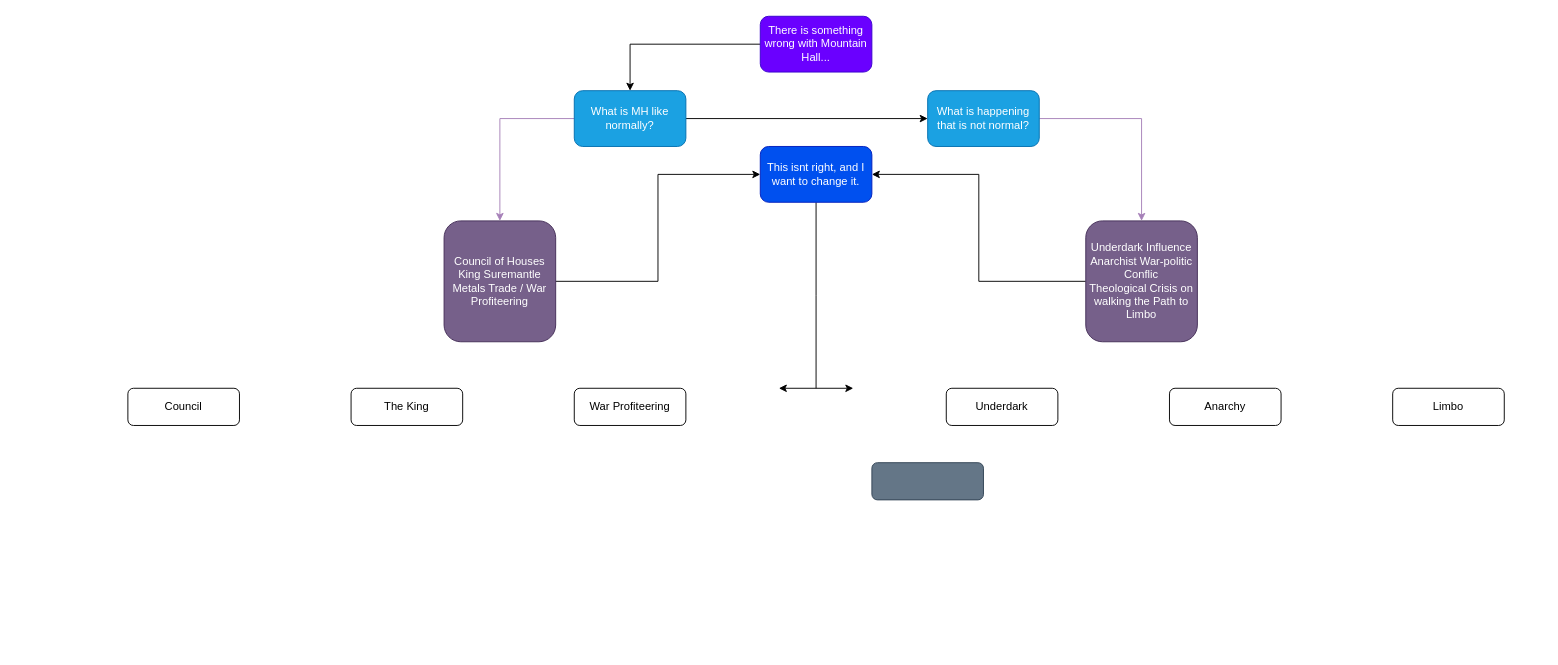
Earlier version of the draw.io diagram MEDIA/SUPP/mountainhall.drawio (craftingcity/The-Known-World). Source tidied: cells renumbered, new cells numbered last; positions are measured from the earlier drawing's top-left corner, leaving out a move shared by most shapes. Both pictures are drawn from the tidied source at 93%, with x=0, y=0 at pixel (127, 16).
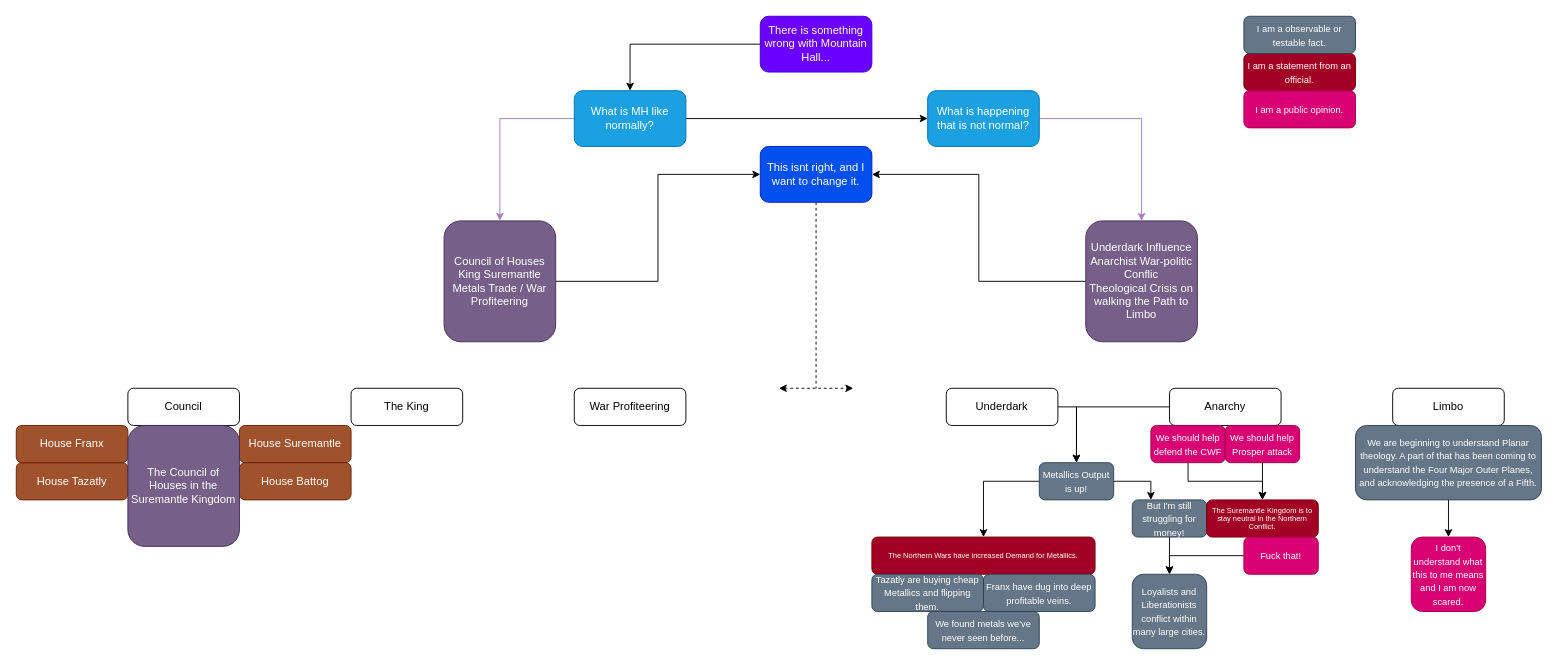
Above is the later version.

The change refers to these unchanged cells:
```xml
<mxCell id="10" value="This isnt right, and I want to change it." style="rounded=1;whiteSpace=wrap;html=1;fillColor=#0050ef;fontColor=#ffffff;strokeColor=#001DBC;" parent="1" vertex="1">
  <mxGeometry x="680" y="140" width="120" height="60" as="geometry" />
</mxCell>
<mxCell id="18" value="Underdark" style="rounded=1;whiteSpace=wrap;html=1;" parent="1" vertex="1">
  <mxGeometry x="880" y="400" width="120" height="40" as="geometry" />
</mxCell>
<mxCell id="19" value="Anarchy" style="rounded=1;whiteSpace=wrap;html=1;" parent="1" vertex="1">
  <mxGeometry x="1120" y="400" width="120" height="40" as="geometry" />
</mxCell>
```

What changed in the source:
```diff
@@
-    <mxCell id="9" style="edgeStyle=orthogonalEdgeStyle;rounded=0;jettySize=auto;html=1;exitX=0.5;exitY=1;exitDx=0;exitDy=0;endArrow=none;endFill=0;" parent="1" edge="1" source="10">
+    <mxCell id="9" style="edgeStyle=orthogonalEdgeStyle;rounded=0;jettySize=auto;html=1;exitX=0.5;exitY=1;exitDx=0;exitDy=0;endArrow=none;endFill=0;dashed=1;" parent="1" edge="1" source="10">
       <mxGeometry relative="1" as="geometry">
         <mxPoint x="740" y="400" as="targetPoint" />
       </mxGeometry>
     </mxCell>
@@
+    <mxCell id="23" style="edgeStyle=orthogonalEdgeStyle;rounded=0;jettySize=auto;html=1;exitX=1;exitY=0.5;exitDx=0;exitDy=0;entryX=0.5;entryY=0;entryDx=0;entryDy=0;" parent="1" edge="1" source="18" target="22">
+      <mxGeometry relative="1" as="geometry" />
+    </mxCell>
@@
+    <mxCell id="24" style="edgeStyle=orthogonalEdgeStyle;rounded=0;jettySize=auto;html=1;exitX=0;exitY=0.5;exitDx=0;exitDy=0;entryX=0.5;entryY=0;entryDx=0;entryDy=0;" parent="1" edge="1" source="19" target="22">
+      <mxGeometry relative="1" as="geometry" />
+    </mxCell>
@@
-    <mxCell id="21" style="endArrow=classic;html=1;rounded=0;startArrow=classic;startFill=1;endFill=1;" parent="1" edge="1">
+    <mxCell id="21" style="endArrow=classic;html=1;rounded=0;startArrow=classic;startFill=1;endFill=1;dashed=1;" parent="1" edge="1">
       <mxGeometry relative="1" as="geometry">
         <mxPoint x="700" y="400" as="sourcePoint" />
         <mxPoint x="780" y="400" as="targetPoint" />
       </mxGeometry>
     </mxCell>
+    <mxCell id="25" style="edgeStyle=orthogonalEdgeStyle;rounded=0;jettySize=auto;html=1;exitX=0;exitY=0.5;exitDx=0;exitDy=0;entryX=0.5;entryY=0;entryDx=0;entryDy=0;" parent="1" edge="1" source="22" target="27">
+      <mxGeometry relative="1" as="geometry" />
+    </mxCell>
-    <mxCell id="22" style="rounded=1;whiteSpace=wrap;html=1;fillColor=#647687;fontColor=#ffffff;strokeColor=#314354;" parent="1" vertex="1">
-      <mxGeometry x="800" y="480" width="120" height="40" as="geometry" />
+    <mxCell id="22" value="&lt;font style=&quot;font-size: 10px;&quot;&gt;Metallics Output is up!&lt;/font&gt;" style="rounded=1;whiteSpace=wrap;html=1;fillColor=#647687;fontColor=#ffffff;strokeColor=#314354;" parent="1" vertex="1">
+      <mxGeometry x="980" y="480" width="80" height="40" as="geometry" />
     </mxCell>
+    <mxCell id="26" style="edgeStyle=orthogonalEdgeStyle;rounded=0;jettySize=auto;html=1;exitX=1;exitY=0.5;exitDx=0;exitDy=0;entryX=0.25;entryY=0;entryDx=0;entryDy=0;" parent="1" edge="1" source="22" target="37">
+      <mxGeometry relative="1" as="geometry" />
+    </mxCell>
+    <mxCell id="27" value="&lt;p style=&quot;line-height: 60%;&quot;&gt;&lt;font style=&quot;font-size: 8px;&quot;&gt;The Northern Wars have increased Demand for Metallics.&lt;/font&gt;&lt;/p&gt;" style="rounded=1;whiteSpace=wrap;html=1;fillColor=#a20025;fontColor=#ffffff;strokeColor=#6F0000;" parent="1" vertex="1">
+      <mxGeometry x="800" y="560" width="240" height="40" as="geometry" />
+    </mxCell>
+    <mxCell id="28" value="&lt;font style=&quot;font-size: 10px;&quot;&gt;I am a statement from an official.&lt;/font&gt;" style="rounded=1;whiteSpace=wrap;html=1;fillColor=#a20025;fontColor=#ffffff;strokeColor=#6F0000;" parent="1" vertex="1">
+      <mxGeometry x="1200" y="40" width="120" height="40" as="geometry" />
+    </mxCell>
+    <mxCell id="29" value="&lt;font style=&quot;font-size: 10px;&quot;&gt;I am a observable or testable fact.&lt;/font&gt;" style="rounded=1;whiteSpace=wrap;html=1;fillColor=#647687;fontColor=#ffffff;strokeColor=#314354;" parent="1" vertex="1">
+      <mxGeometry x="1200" width="120" height="40" as="geometry" />
+    </mxCell>
+    <mxCell id="30" value="&lt;font style=&quot;font-size: 10px;&quot;&gt;Franx have dug into deep profitable veins.&lt;/font&gt;" style="rounded=1;whiteSpace=wrap;html=1;fillColor=#647687;fontColor=#ffffff;strokeColor=#314354;" parent="1" vertex="1">
+      <mxGeometry x="920" y="600" width="120" height="40" as="geometry" />
+    </mxCell>
+    <mxCell id="31" value="House Suremantle" style="rounded=1;whiteSpace=wrap;html=1;fillColor=#a0522d;fontColor=#ffffff;strokeColor=#6D1F00;" parent="1" vertex="1">
+      <mxGeometry x="120" y="440" width="120" height="40" as="geometry" />
+    </mxCell>
+    <mxCell id="32" value="House Tazatly" style="rounded=1;whiteSpace=wrap;html=1;fillColor=#a0522d;fontColor=#ffffff;strokeColor=#6D1F00;" parent="1" vertex="1">
+      <mxGeometry x="-120" y="480" width="120" height="40" as="geometry" />
+    </mxCell>
+    <mxCell id="33" value="House Franx" style="rounded=1;whiteSpace=wrap;html=1;fillColor=#a0522d;fontColor=#ffffff;strokeColor=#6D1F00;" parent="1" vertex="1">
+      <mxGeometry x="-120" y="440" width="120" height="40" as="geometry" />
+    </mxCell>
+    <mxCell id="34" value="House Battog" style="rounded=1;whiteSpace=wrap;html=1;fillColor=#a0522d;fontColor=#ffffff;strokeColor=#6D1F00;" parent="1" vertex="1">
+      <mxGeometry x="120" y="480" width="120" height="40" as="geometry" />
+    </mxCell>
+    <mxCell id="35" value="&lt;font style=&quot;font-size: 10px;&quot;&gt;Tazatly are buying cheap Metallics and flipping them.&lt;/font&gt;" style="rounded=1;whiteSpace=wrap;html=1;fillColor=#647687;fontColor=#ffffff;strokeColor=#314354;" parent="1" vertex="1">
+      <mxGeometry x="800" y="600" width="120" height="40" as="geometry" />
+    </mxCell>
+    <mxCell id="36" style="edgeStyle=orthogonalEdgeStyle;rounded=0;jettySize=auto;html=1;exitX=0.5;exitY=1;exitDx=0;exitDy=0;entryX=0.5;entryY=0;entryDx=0;entryDy=0;" parent="1" edge="1" source="37" target="47">
+      <mxGeometry relative="1" as="geometry" />
+    </mxCell>
+    <mxCell id="37" value="&lt;font style=&quot;font-size: 10px;&quot;&gt;But I'm still struggling for money!&lt;/font&gt;" style="rounded=1;whiteSpace=wrap;html=1;fillColor=#647687;fontColor=#ffffff;strokeColor=#314354;" parent="1" vertex="1">
+      <mxGeometry x="1080" y="520" width="80" height="40" as="geometry" />
+    </mxCell>
+    <mxCell id="38" value="The Council of Houses in the Suremantle Kingdom" style="rounded=1;whiteSpace=wrap;html=1;fillColor=#76608a;fontColor=#ffffff;strokeColor=#432D57;" parent="1" vertex="1">
+      <mxGeometry y="440" width="120" height="130" as="geometry" />
+    </mxCell>
+    <mxCell id="39" style="edgeStyle=orthogonalEdgeStyle;rounded=0;jettySize=auto;html=1;exitX=0.5;exitY=1;exitDx=0;exitDy=0;entryX=0.5;entryY=0;entryDx=0;entryDy=0;" parent="1" edge="1" source="40" target="44">
+      <mxGeometry relative="1" as="geometry" />
+    </mxCell>
+    <mxCell id="40" value="&lt;font style=&quot;font-size: 10px;&quot;&gt;We should help defend the CWF&lt;/font&gt;" style="rounded=1;whiteSpace=wrap;html=1;fillColor=#d80073;fontColor=#ffffff;strokeColor=#A50040;" parent="1" vertex="1">
+      <mxGeometry x="1100" y="440" width="80" height="40" as="geometry" />
+    </mxCell>
+    <mxCell id="41" style="edgeStyle=orthogonalEdgeStyle;rounded=0;jettySize=auto;html=1;exitX=0.5;exitY=1;exitDx=0;exitDy=0;entryX=0.5;entryY=0;entryDx=0;entryDy=0;" parent="1" edge="1" source="42" target="44">
+      <mxGeometry relative="1" as="geometry" />
+    </mxCell>
+    <mxCell id="42" value="&lt;font style=&quot;font-size: 10px;&quot;&gt;We should help Prosper attack&lt;/font&gt;" style="rounded=1;whiteSpace=wrap;html=1;fillColor=#d80073;fontColor=#ffffff;strokeColor=#A50040;" parent="1" vertex="1">
+      <mxGeometry x="1180" y="440" width="80" height="40" as="geometry" />
+    </mxCell>
+    <mxCell id="43" value="&lt;font style=&quot;font-size: 10px;&quot;&gt;I am a public opinion.&lt;/font&gt;" style="rounded=1;whiteSpace=wrap;html=1;fillColor=#d80073;fontColor=#ffffff;strokeColor=#A50040;" parent="1" vertex="1">
+      <mxGeometry x="1200" y="80" width="120" height="40" as="geometry" />
+    </mxCell>
+    <mxCell id="44" value="&lt;p style=&quot;line-height: 60%;&quot;&gt;&lt;font style=&quot;font-size: 8px;&quot;&gt;The Suremantle Kingdom is to stay neutral in the Northern Conflict.&lt;/font&gt;&lt;/p&gt;" style="rounded=1;whiteSpace=wrap;html=1;fillColor=#a20025;fontColor=#ffffff;strokeColor=#6F0000;" parent="1" vertex="1">
+      <mxGeometry x="1160" y="520" width="120" height="40" as="geometry" />
+    </mxCell>
+    <mxCell id="45" style="edgeStyle=orthogonalEdgeStyle;rounded=0;jettySize=auto;html=1;exitX=0;exitY=0.5;exitDx=0;exitDy=0;entryX=0.5;entryY=0;entryDx=0;entryDy=0;" parent="1" edge="1" source="46" target="47">
+      <mxGeometry relative="1" as="geometry" />
+    </mxCell>
+    <mxCell id="46" value="&lt;font style=&quot;font-size: 10px;&quot;&gt;Fuck that!&lt;/font&gt;" style="rounded=1;whiteSpace=wrap;html=1;fillColor=#d80073;fontColor=#ffffff;strokeColor=#A50040;" parent="1" vertex="1">
+      <mxGeometry x="1200" y="560" width="80" height="40" as="geometry" />
+    </mxCell>
+    <mxCell id="47" value="&lt;span style=&quot;font-size: 10px;&quot;&gt;Loyalists and Liberationists conflict within many large cities.&lt;/span&gt;" style="rounded=1;whiteSpace=wrap;html=1;fillColor=#647687;fontColor=#ffffff;strokeColor=#314354;" parent="1" vertex="1">
+      <mxGeometry x="1080" y="600" width="80" height="80" as="geometry" />
+    </mxCell>
+    <mxCell id="48" value="&lt;span style=&quot;font-size: 10px;&quot;&gt;We found metals we've never seen before...&lt;/span&gt;" style="rounded=1;whiteSpace=wrap;html=1;fillColor=#647687;fontColor=#ffffff;strokeColor=#314354;" parent="1" vertex="1">
+      <mxGeometry x="860" y="640" width="120" height="40" as="geometry" />
+    </mxCell>
+    <mxCell id="49" style="edgeStyle=orthogonalEdgeStyle;rounded=0;jettySize=auto;html=1;exitX=0.5;exitY=1;exitDx=0;exitDy=0;entryX=0.5;entryY=0;entryDx=0;entryDy=0;" parent="1" edge="1" source="50" target="51">
+      <mxGeometry relative="1" as="geometry" />
+    </mxCell>
+    <mxCell id="50" value="&lt;font style=&quot;font-size: 10px;&quot;&gt;We are beginning to understand Planar theology. A part of that has been coming to understand the Four Major Outer Planes, and acknowledging the presence of a Fifth.&lt;/font&gt;" style="rounded=1;whiteSpace=wrap;html=1;fillColor=#647687;fontColor=#ffffff;strokeColor=#314354;" parent="1" vertex="1">
+      <mxGeometry x="1320" y="440" width="200" height="80" as="geometry" />
+    </mxCell>
+    <mxCell id="51" value="&lt;font style=&quot;font-size: 10px;&quot;&gt;I don't understand what this to me means and I am now scared.&lt;/font&gt;" style="rounded=1;whiteSpace=wrap;html=1;fillColor=#d80073;fontColor=#ffffff;strokeColor=#A50040;" parent="1" vertex="1">
+      <mxGeometry x="1380" y="560" width="80" height="80" as="geometry" />
+    </mxCell>
```
